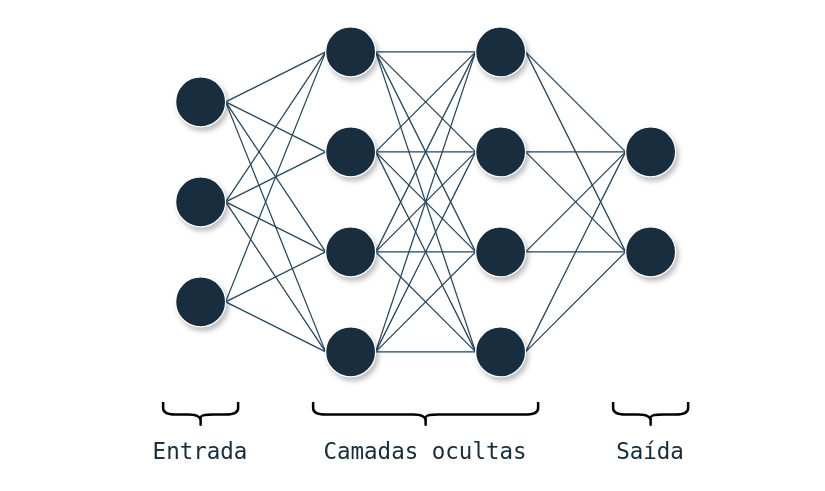
JairoSSantos/PAC-project keeps this draw.io diagram as reports/figures/multilayer_perceptron.drawio. Above is the earlier version. Source tidied: cells renumbered, new cells numbered last; positions are measured from the earlier drawing's top-left corner, leaving out a move shared by most shapes. Both pictures are drawn from the tidied source at 125%, with x=0, y=0 at pixel (162, 26).
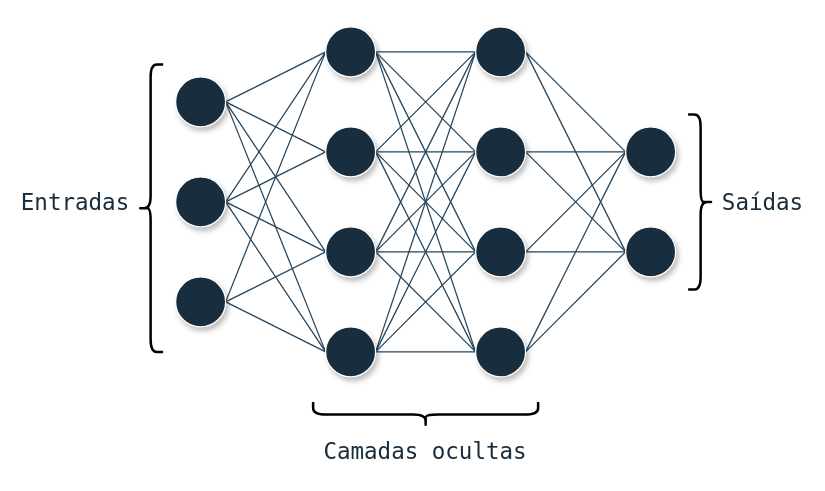
Above is the later version.

The edit, as a diff of the source:
```diff
@@
-    <mxCell id="50" value="Entrada" style="text;html=1;strokeColor=none;fillColor=none;align=center;verticalAlign=middle;whiteSpace=wrap;rounded=0;fontColor=#182e3e;fontFamily=Lucida Console;fontSize=18;" parent="1" vertex="1">
-      <mxGeometry y="324" width="60" height="30" as="geometry" />
+    <mxCell id="50" value="Entradas" style="text;html=1;strokeColor=none;fillColor=none;align=center;verticalAlign=middle;whiteSpace=wrap;rounded=0;fontColor=#182e3e;fontFamily=Lucida Console;fontSize=18;" parent="1" vertex="1">
+      <mxGeometry x="-100" y="125" width="60" height="30" as="geometry" />
     </mxCell>
@@
-    <mxCell id="52" value="Saída" style="text;html=1;strokeColor=none;fillColor=none;align=center;verticalAlign=middle;whiteSpace=wrap;rounded=0;fontColor=#182e3e;fontFamily=Lucida Console;fontSize=18;" parent="1" vertex="1">
-      <mxGeometry x="360" y="324" width="60" height="30" as="geometry" />
+    <mxCell id="52" value="Saídas" style="text;html=1;strokeColor=none;fillColor=none;align=center;verticalAlign=middle;whiteSpace=wrap;rounded=0;fontColor=#182e3e;fontFamily=Lucida Console;fontSize=18;" parent="1" vertex="1">
+      <mxGeometry x="450" y="125" width="60" height="30" as="geometry" />
     </mxCell>
-    <mxCell id="53" style="shape=curlyBracket;whiteSpace=wrap;html=1;rounded=1;labelPosition=left;verticalLabelPosition=middle;align=right;verticalAlign=middle;strokeColor=default;fontColor=#FFFFFF;fillColor=none;strokeWidth=2;rotation=-90;" parent="1" vertex="1">
-      <mxGeometry x="20" y="280" width="20" height="60" as="geometry" />
+    <mxCell id="53" style="shape=curlyBracket;whiteSpace=wrap;html=1;rounded=1;labelPosition=left;verticalLabelPosition=middle;align=right;verticalAlign=middle;strokeColor=default;fontColor=#FFFFFF;fillColor=none;strokeWidth=2;rotation=0;" parent="1" vertex="1">
+      <mxGeometry x="-20" y="30" width="20" height="230" as="geometry" />
     </mxCell>
@@
-    <mxCell id="55" style="shape=curlyBracket;whiteSpace=wrap;html=1;rounded=1;labelPosition=left;verticalLabelPosition=middle;align=right;verticalAlign=middle;strokeColor=default;fontColor=#FFFFFF;fillColor=none;strokeWidth=2;rotation=-90;" parent="1" vertex="1">
-      <mxGeometry x="380" y="280" width="20" height="60" as="geometry" />
+    <mxCell id="55" style="shape=curlyBracket;whiteSpace=wrap;html=1;rounded=1;labelPosition=left;verticalLabelPosition=middle;align=right;verticalAlign=middle;strokeColor=default;fontColor=#FFFFFF;fillColor=none;strokeWidth=2;rotation=-180;" parent="1" vertex="1">
+      <mxGeometry x="420" y="70" width="20" height="140" as="geometry" />
     </mxCell>
```
